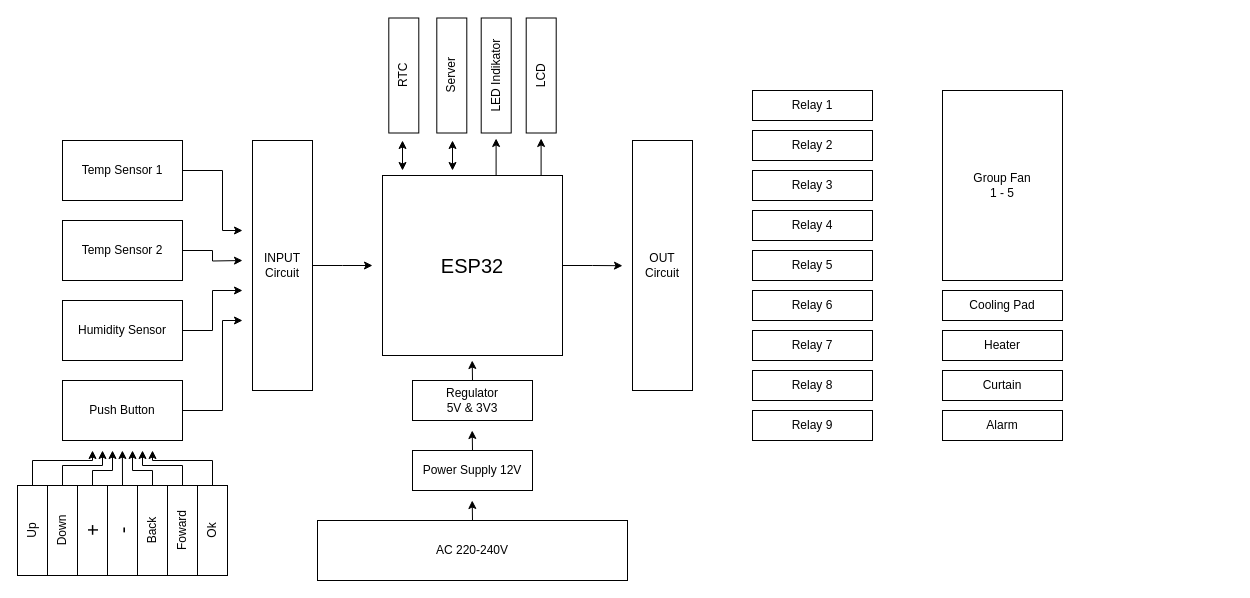
The draw.io diagram Block diagram PA.drawio in aufarachman39/Flowchart-PA, before the edit. Source tidied: cells renumbered, new cells numbered last; positions are measured from the earlier drawing's top-left corner, leaving out a move shared by most shapes. Both pictures are drawn from the tidied source at 100%, with x=0, y=0 at pixel (-13, 60).
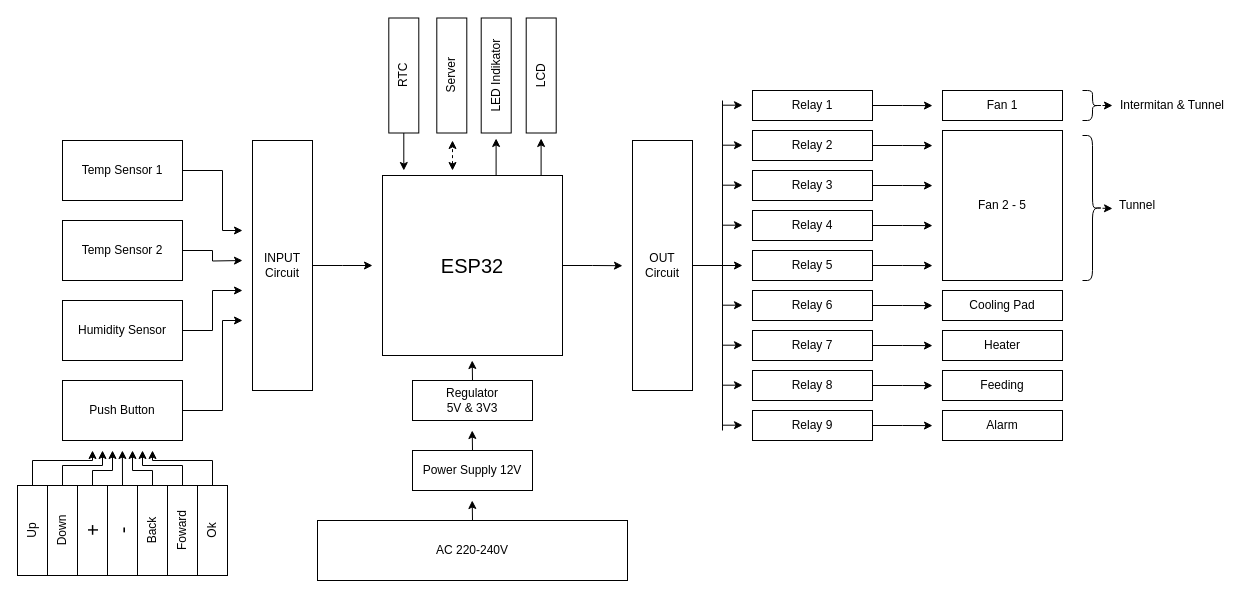
The same diagram, later.

The change refers to these unchanged cells:
```xml
<mxCell id="33" value="Relay 1" style="rounded=0;whiteSpace=wrap;html=1;" parent="1" vertex="1">
  <mxGeometry x="765" y="30" width="120" height="30" as="geometry" />
</mxCell>
<mxCell id="34" value="Relay 2" style="rounded=0;whiteSpace=wrap;html=1;" parent="1" vertex="1">
  <mxGeometry x="765" y="70" width="120" height="30" as="geometry" />
</mxCell>
<mxCell id="35" value="Relay 3" style="rounded=0;whiteSpace=wrap;html=1;" parent="1" vertex="1">
  <mxGeometry x="765" y="110" width="120" height="30" as="geometry" />
</mxCell>
<mxCell id="36" value="Relay 4" style="rounded=0;whiteSpace=wrap;html=1;" parent="1" vertex="1">
  <mxGeometry x="765" y="150" width="120" height="30" as="geometry" />
</mxCell>
<mxCell id="37" value="Relay 5" style="rounded=0;whiteSpace=wrap;html=1;" parent="1" vertex="1">
  <mxGeometry x="765" y="190" width="120" height="30" as="geometry" />
</mxCell>
<mxCell id="38" value="Relay 6" style="rounded=0;whiteSpace=wrap;html=1;" parent="1" vertex="1">
  <mxGeometry x="765" y="230" width="120" height="30" as="geometry" />
</mxCell>
<mxCell id="39" value="Relay 7" style="rounded=0;whiteSpace=wrap;html=1;" parent="1" vertex="1">
  <mxGeometry x="765" y="270" width="120" height="30" as="geometry" />
</mxCell>
<mxCell id="40" value="Relay 8" style="rounded=0;whiteSpace=wrap;html=1;" parent="1" vertex="1">
  <mxGeometry x="765" y="310" width="120" height="30" as="geometry" />
</mxCell>
<mxCell id="41" value="Relay 9" style="rounded=0;whiteSpace=wrap;html=1;" parent="1" vertex="1">
  <mxGeometry x="765" y="350" width="120" height="30" as="geometry" />
</mxCell>
<mxCell id="52" value="RTC" style="rounded=0;whiteSpace=wrap;html=1;rotation=-90;" parent="1" vertex="1">
  <mxGeometry x="358.8" width="115" height="30" as="geometry" />
</mxCell>
```

What changed in the source:
```diff
@@
+    <mxCell id="57" style="edgeStyle=orthogonalEdgeStyle;rounded=0;jettySize=auto;html=1;exitX=1;exitY=0.5;exitDx=0;exitDy=0;" parent="1" edge="1" source="33">
+      <mxGeometry relative="1" as="geometry">
+        <mxPoint x="945" y="45.1" as="targetPoint" />
+      </mxGeometry>
+    </mxCell>
@@
+    <mxCell id="58" style="edgeStyle=orthogonalEdgeStyle;rounded=0;jettySize=auto;html=1;exitX=1;exitY=0.5;exitDx=0;exitDy=0;" parent="1" edge="1" source="34">
+      <mxGeometry relative="1" as="geometry">
+        <mxPoint x="945" y="85.1" as="targetPoint" />
+      </mxGeometry>
+    </mxCell>
@@
+    <mxCell id="59" style="edgeStyle=orthogonalEdgeStyle;rounded=0;jettySize=auto;html=1;exitX=1;exitY=0.5;exitDx=0;exitDy=0;" parent="1" edge="1" source="35">
+      <mxGeometry relative="1" as="geometry">
+        <mxPoint x="945" y="125.1" as="targetPoint" />
+      </mxGeometry>
+    </mxCell>
@@
+    <mxCell id="60" style="edgeStyle=orthogonalEdgeStyle;rounded=0;jettySize=auto;html=1;exitX=1;exitY=0.5;exitDx=0;exitDy=0;" parent="1" edge="1" source="36">
+      <mxGeometry relative="1" as="geometry">
+        <mxPoint x="945" y="165.1" as="targetPoint" />
+      </mxGeometry>
+    </mxCell>
@@
+    <mxCell id="61" style="edgeStyle=orthogonalEdgeStyle;rounded=0;jettySize=auto;html=1;exitX=1;exitY=0.5;exitDx=0;exitDy=0;" parent="1" edge="1" source="37">
+      <mxGeometry relative="1" as="geometry">
+        <mxPoint x="945" y="205.1" as="targetPoint" />
+      </mxGeometry>
+    </mxCell>
@@
+    <mxCell id="62" style="edgeStyle=orthogonalEdgeStyle;rounded=0;jettySize=auto;html=1;exitX=1;exitY=0.5;exitDx=0;exitDy=0;" parent="1" edge="1" source="38">
+      <mxGeometry relative="1" as="geometry">
+        <mxPoint x="945" y="245.1" as="targetPoint" />
+      </mxGeometry>
+    </mxCell>
@@
+    <mxCell id="63" style="edgeStyle=orthogonalEdgeStyle;rounded=0;jettySize=auto;html=1;exitX=1;exitY=0.5;exitDx=0;exitDy=0;" parent="1" edge="1" source="39">
+      <mxGeometry relative="1" as="geometry">
+        <mxPoint x="945" y="285.1" as="targetPoint" />
+      </mxGeometry>
+    </mxCell>
@@
+    <mxCell id="64" style="edgeStyle=orthogonalEdgeStyle;rounded=0;jettySize=auto;html=1;exitX=1;exitY=0.5;exitDx=0;exitDy=0;" parent="1" edge="1" source="40">
+      <mxGeometry relative="1" as="geometry">
+        <mxPoint x="945" y="325.1" as="targetPoint" />
+      </mxGeometry>
+    </mxCell>
@@
+    <mxCell id="65" style="edgeStyle=orthogonalEdgeStyle;rounded=0;jettySize=auto;html=1;exitX=1;exitY=0.5;exitDx=0;exitDy=0;" parent="1" edge="1" source="41">
+      <mxGeometry relative="1" as="geometry">
+        <mxPoint x="945" y="365.1" as="targetPoint" />
+      </mxGeometry>
+    </mxCell>
@@
-    <mxCell id="42" value="&lt;div&gt;Group Fan&lt;/div&gt;1 - 5" style="rounded=0;whiteSpace=wrap;html=1;" parent="1" vertex="1">
-      <mxGeometry x="955" y="30" width="120" height="190" as="geometry" />
+    <mxCell id="42" value="&lt;div&gt;Fan 2 - 5&lt;br&gt;&lt;/div&gt;" style="rounded=0;whiteSpace=wrap;html=1;" parent="1" vertex="1">
+      <mxGeometry x="955" y="70" width="120" height="150" as="geometry" />
     </mxCell>
@@
-    <mxCell id="45" value="Curtain" style="rounded=0;whiteSpace=wrap;html=1;" parent="1" vertex="1">
+    <mxCell id="45" value="Feeding" style="rounded=0;whiteSpace=wrap;html=1;" parent="1" vertex="1">
       <mxGeometry x="955" y="310" width="120" height="30" as="geometry" />
     </mxCell>
@@
+    <mxCell id="66" style="edgeStyle=orthogonalEdgeStyle;rounded=0;jettySize=auto;html=1;exitX=0;exitY=0.5;exitDx=0;exitDy=0;" parent="1" edge="1" source="52">
+      <mxGeometry relative="1" as="geometry">
+        <mxPoint x="416.3" y="110" as="targetPoint" />
+      </mxGeometry>
+    </mxCell>
@@
-    <mxCell id="53" style="endArrow=classic;startArrow=classic;html=1;" parent="1" edge="1">
-      <mxGeometry relative="1" as="geometry">
-        <mxPoint x="415" y="110" as="sourcePoint" />
-        <mxPoint x="415" y="80" as="targetPoint" />
-      </mxGeometry>
-    </mxCell>
-    <mxCell id="54" style="endArrow=classic;startArrow=classic;html=1;" parent="1" edge="1">
+    <mxCell id="54" style="endArrow=classic;startArrow=classic;html=1;dashed=1;" parent="1" edge="1">
       <mxGeometry relative="1" as="geometry">
         <mxPoint x="465" y="110" as="sourcePoint" />
         <mxPoint x="465" y="80" as="targetPoint" />
       </mxGeometry>
     </mxCell>
@@
+    <mxCell id="67" value="Fan 1" style="rounded=0;whiteSpace=wrap;html=1;" parent="1" vertex="1">
+      <mxGeometry x="955" y="30" width="120" height="30" as="geometry" />
+    </mxCell>
+    <mxCell id="68" style="endArrow=classic;html=1;" parent="1" edge="1">
+      <mxGeometry relative="1" as="geometry">
+        <mxPoint x="735" y="44.7" as="sourcePoint" />
+        <mxPoint x="755" y="44.7" as="targetPoint" />
+      </mxGeometry>
+    </mxCell>
+    <mxCell id="69" style="endArrow=classic;html=1;" parent="1" edge="1">
+      <mxGeometry relative="1" as="geometry">
+        <mxPoint x="735" y="84.7" as="sourcePoint" />
+        <mxPoint x="755" y="84.7" as="targetPoint" />
+      </mxGeometry>
+    </mxCell>
+    <mxCell id="70" style="endArrow=classic;html=1;" parent="1" edge="1">
+      <mxGeometry relative="1" as="geometry">
+        <mxPoint x="735" y="124.7" as="sourcePoint" />
+        <mxPoint x="755" y="124.7" as="targetPoint" />
+      </mxGeometry>
+    </mxCell>
+    <mxCell id="71" style="endArrow=classic;html=1;" parent="1" edge="1">
+      <mxGeometry relative="1" as="geometry">
+        <mxPoint x="735" y="164.7" as="sourcePoint" />
+        <mxPoint x="755" y="164.7" as="targetPoint" />
+      </mxGeometry>
+    </mxCell>
+    <mxCell id="72" style="endArrow=classic;html=1;" parent="1" edge="1">
+      <mxGeometry relative="1" as="geometry">
+        <mxPoint x="735" y="205" as="sourcePoint" />
+        <mxPoint x="755" y="205" as="targetPoint" />
+      </mxGeometry>
+    </mxCell>
+    <mxCell id="73" style="endArrow=classic;html=1;" parent="1" edge="1">
+      <mxGeometry relative="1" as="geometry">
+        <mxPoint x="735" y="244.7" as="sourcePoint" />
+        <mxPoint x="755" y="244.7" as="targetPoint" />
+      </mxGeometry>
+    </mxCell>
+    <mxCell id="74" style="endArrow=classic;html=1;" parent="1" edge="1">
+      <mxGeometry relative="1" as="geometry">
+        <mxPoint x="735" y="284.7" as="sourcePoint" />
+        <mxPoint x="755" y="284.7" as="targetPoint" />
+      </mxGeometry>
+    </mxCell>
+    <mxCell id="75" style="endArrow=classic;html=1;" parent="1" edge="1">
+      <mxGeometry relative="1" as="geometry">
+        <mxPoint x="735" y="324.7" as="sourcePoint" />
+        <mxPoint x="755" y="324.7" as="targetPoint" />
+      </mxGeometry>
+    </mxCell>
+    <mxCell id="76" style="endArrow=classic;html=1;" parent="1" edge="1">
+      <mxGeometry relative="1" as="geometry">
+        <mxPoint x="735" y="364.7" as="sourcePoint" />
+        <mxPoint x="755" y="364.7" as="targetPoint" />
+      </mxGeometry>
+    </mxCell>
+    <mxCell id="77" style="endArrow=none;html=1;" parent="1" edge="1">
+      <mxGeometry relative="1" as="geometry">
+        <mxPoint x="735" y="370" as="sourcePoint" />
+        <mxPoint x="735" y="40" as="targetPoint" />
+      </mxGeometry>
+    </mxCell>
+    <mxCell id="78" style="endArrow=none;html=1;" parent="1" edge="1">
+      <mxGeometry relative="1" as="geometry">
+        <mxPoint x="705" y="205" as="sourcePoint" />
+        <mxPoint x="735" y="205" as="targetPoint" />
+      </mxGeometry>
+    </mxCell>
+    <mxCell id="79" style="edgeStyle=none;rounded=0;jettySize=auto;html=1;" parent="1" edge="1" source="80">
+      <mxGeometry relative="1" as="geometry">
+        <mxPoint x="1125" y="148" as="targetPoint" />
+      </mxGeometry>
+    </mxCell>
+    <mxCell id="80" style="shape=curlyBracket;whiteSpace=wrap;html=1;rounded=1;rotation=-180;" parent="1" vertex="1">
+      <mxGeometry x="1095" y="75" width="20" height="145" as="geometry" />
+    </mxCell>
+    <mxCell id="81" style="edgeStyle=none;rounded=0;jettySize=auto;html=1;" parent="1" edge="1" source="82">
+      <mxGeometry relative="1" as="geometry">
+        <mxPoint x="1125" y="45" as="targetPoint" />
+      </mxGeometry>
+    </mxCell>
+    <mxCell id="82" style="shape=curlyBracket;whiteSpace=wrap;html=1;rounded=1;rotation=-180;" parent="1" vertex="1">
+      <mxGeometry x="1095" y="30" width="20" height="30" as="geometry" />
+    </mxCell>
+    <mxCell id="83" value="Intermitan &amp;amp; Tunnel" style="text;html=1;strokeColor=none;fillColor=none;align=center;verticalAlign=middle;whiteSpace=wrap;rounded=0;" parent="1" vertex="1">
+      <mxGeometry x="1125" y="35" width="120" height="20" as="geometry" />
+    </mxCell>
+    <mxCell id="84" value="Tunnel" style="text;html=1;strokeColor=none;fillColor=none;align=center;verticalAlign=middle;whiteSpace=wrap;rounded=0;" parent="1" vertex="1">
+      <mxGeometry x="1125" y="135" width="50" height="20" as="geometry" />
+    </mxCell>
```
